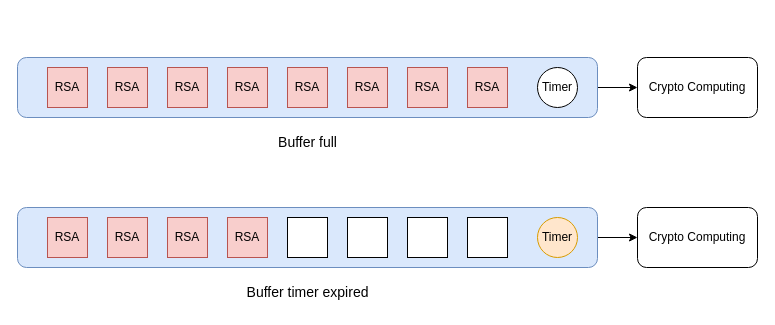
This is page "Page-2" (2 of 2) of cryptomb.drawio from wehyy/my-world, a draw.io file, before an edit. Source tidied: cells renumbered, new cells numbered last; positions are measured from the earlier drawing's top-left corner, leaving out a move shared by most shapes. Both pictures are drawn from the tidied source at 100%, with x=0, y=0 at pixel (17, 57).
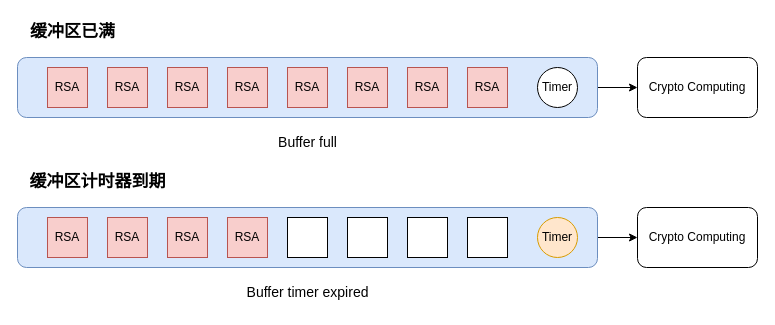
The same page after the edit.

The edit, as a diff of the source:
```diff
@@
+    <mxCell id="28" value="&lt;b&gt;&lt;font style=&quot;font-size: 17px;&quot;&gt;缓冲区已满&lt;/font&gt;&lt;/b&gt;" style="text;html=1;align=center;verticalAlign=middle;strokeColor=none;fillColor=none;" parent="1" vertex="1">
+      <mxGeometry y="-40" width="110" height="30" as="geometry" />
+    </mxCell>
+    <mxCell id="29" value="&lt;span style=&quot;font-size: 17px;&quot;&gt;&lt;b&gt;缓冲区计时器到期&lt;/b&gt;&lt;/span&gt;" style="text;html=1;align=center;verticalAlign=middle;strokeColor=none;fillColor=none;" parent="1" vertex="1">
+      <mxGeometry y="110" width="160" height="30" as="geometry" />
+    </mxCell>
```
